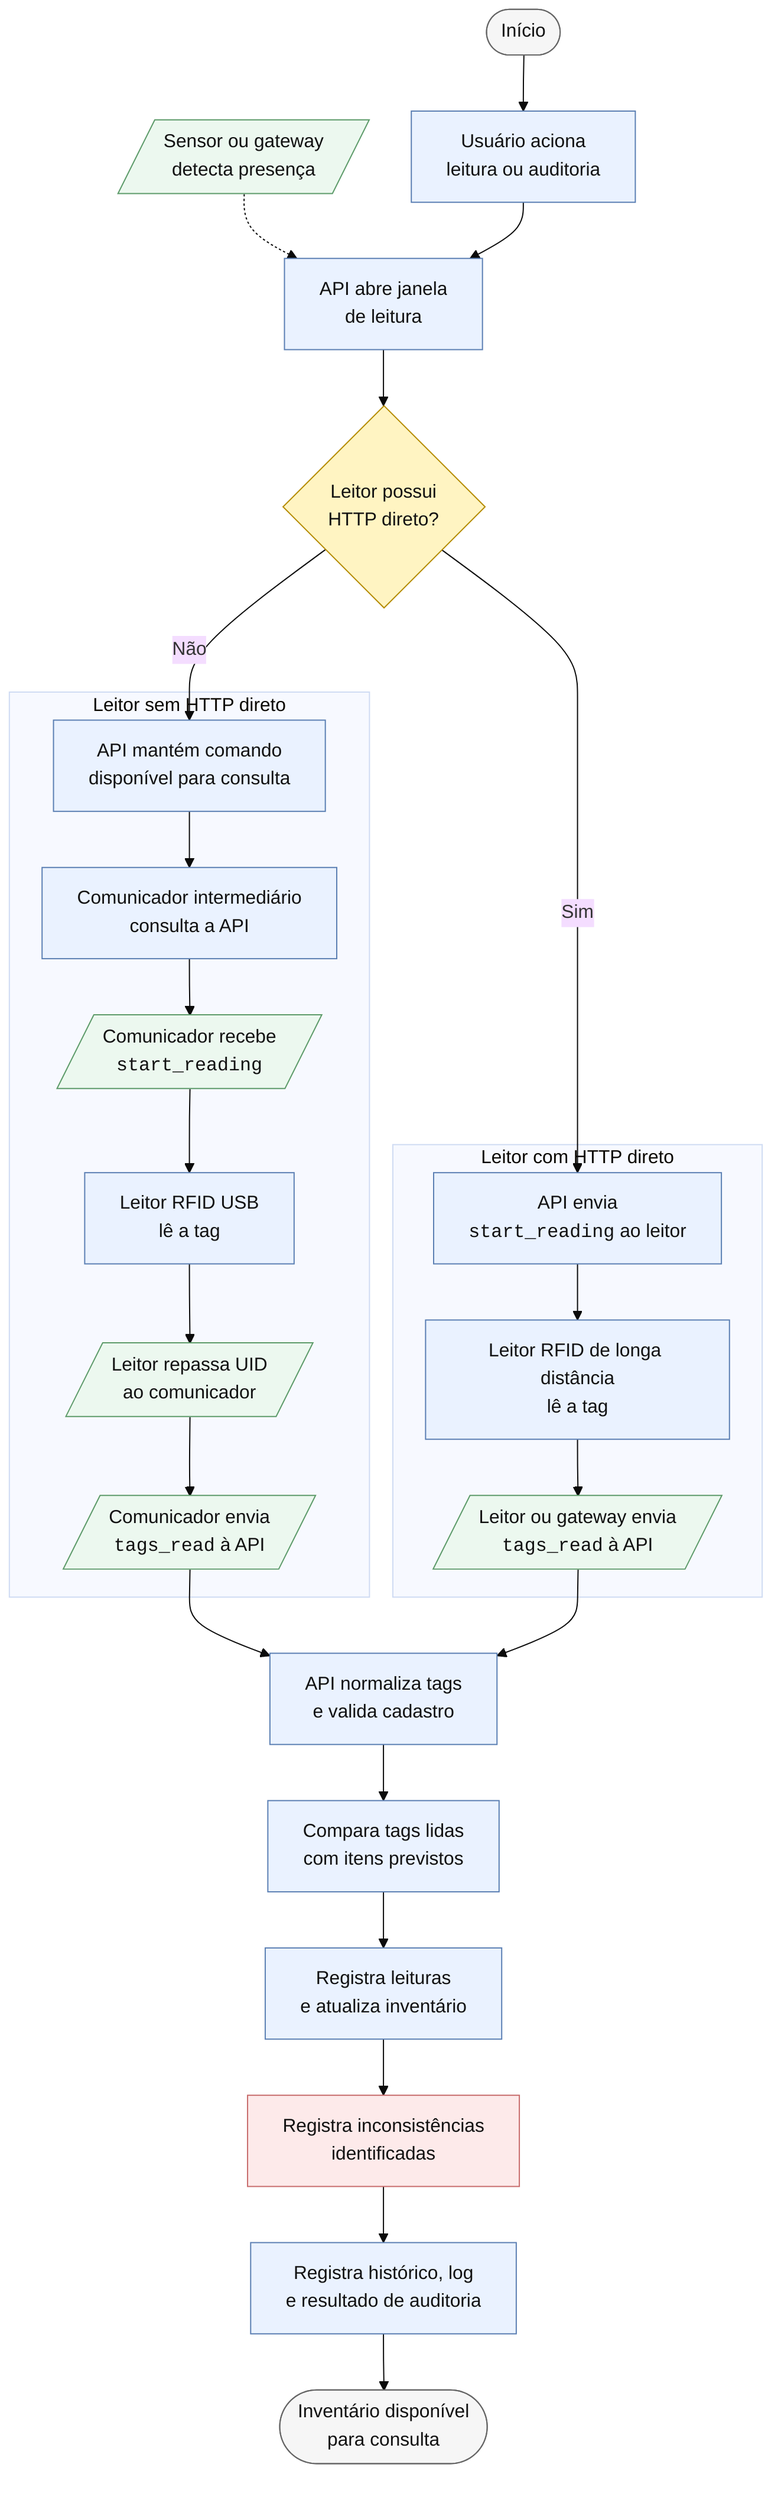
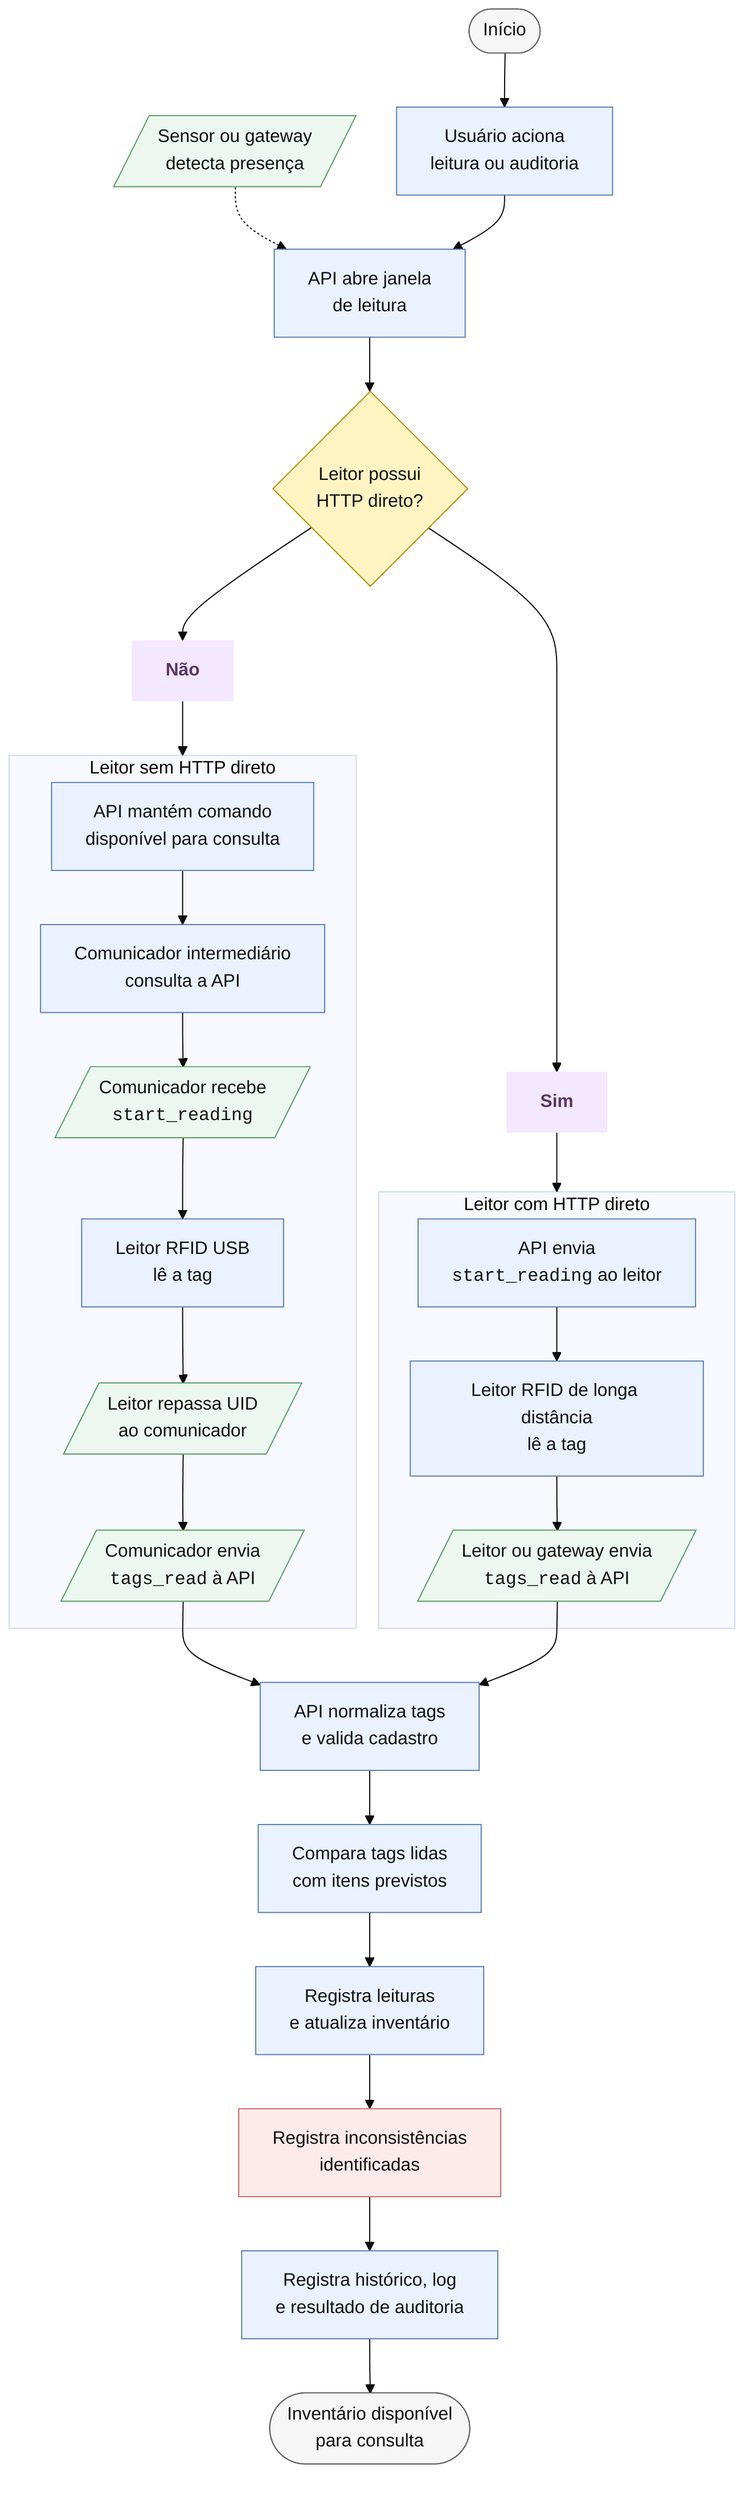
%%{init: {"theme": "base", "flowchart": {"curve": "basis", "nodeSpacing": 36, "rankSpacing": 48}}}%%
flowchart TB
    Inicio([Início])
    Usuario[Usuário aciona<br/>leitura ou auditoria]
    Sensor[/Sensor ou gateway<br/>detecta presença/]
    Janela[API abre janela<br/>de leitura]
    Http{Leitor possui<br/>HTTP direto?}
+     RotaPolling["Não"]:::branch
+     RotaHttp["Sim"]:::branch

    subgraph SemHttp["Leitor sem HTTP direto"]
        CmdPolling[API mantém comando<br/>disponível para consulta]
        Consulta[Comunicador intermediário<br/>consulta a API]
        StartUsb[/Comunicador recebe<br/><code>start_reading</code>/]
        LeituraUsb[Leitor RFID USB<br/>lê a tag]
        RepasseUsb[/Leitor repassa UID<br/>ao comunicador/]
        EventoUsb[/Comunicador envia<br/><code>tags_read</code> à API/]
    end

    subgraph ComHttp["Leitor com HTTP direto"]
        CmdHttp[API envia<br/><code>start_reading</code> ao leitor]
        LeituraHttp[Leitor RFID de longa distância<br/>lê a tag]
        EventoHttp[/Leitor ou gateway envia<br/><code>tags_read</code> à API/]
    end

    Processa[API normaliza tags<br/>e valida cadastro]
    Compara[Compara tags lidas<br/>com itens previstos]
    Consolida[Registra leituras<br/>e atualiza inventário]
    Inconsistencias[Registra inconsistências<br/>identificadas]
    Historico[Registra histórico, log<br/>e resultado de auditoria]
    Fim([Inventário disponível<br/>para consulta])

    Inicio --> Usuario
    Sensor -.-> Janela
    Usuario --> Janela
    Janela --> Http

-     Http -- Não --> CmdPolling
+     Http --> RotaPolling
+     RotaPolling --> SemHttp
    CmdPolling --> Consulta
    Consulta --> StartUsb
    StartUsb --> LeituraUsb
    LeituraUsb --> RepasseUsb
    RepasseUsb --> EventoUsb
    EventoUsb --> Processa

-     Http -- Sim --> CmdHttp
+     Http --> RotaHttp
+     RotaHttp --> ComHttp
    CmdHttp --> LeituraHttp
    LeituraHttp --> EventoHttp
    EventoHttp --> Processa

    Processa --> Compara
    Compara --> Consolida
    Consolida --> Inconsistencias
    Inconsistencias --> Historico
    Historico --> Fim

    classDef terminal fill:#f6f6f6,stroke:#666,color:#111,stroke-width:1px;
    classDef action fill:#eaf2ff,stroke:#5b7fb3,color:#111,stroke-width:1px;
    classDef io fill:#ecf8ef,stroke:#5d9b6a,color:#111,stroke-width:1px;
    classDef decision fill:#fff4c2,stroke:#b58b00,color:#111,stroke-width:1px;
    classDef alert fill:#fdeaea,stroke:#c76b6b,color:#111,stroke-width:1px;
+     classDef branch fill:#f3e8ff,stroke:none,color:#5b3568,font-weight:bold;

    class Inicio,Fim terminal;
    class Usuario,Janela,CmdPolling,Consulta,LeituraUsb,CmdHttp,LeituraHttp,Processa,Compara,Consolida,Historico action;
    class Sensor,StartUsb,RepasseUsb,EventoUsb,EventoHttp io;
    class Http decision;
    class Inconsistencias alert;
